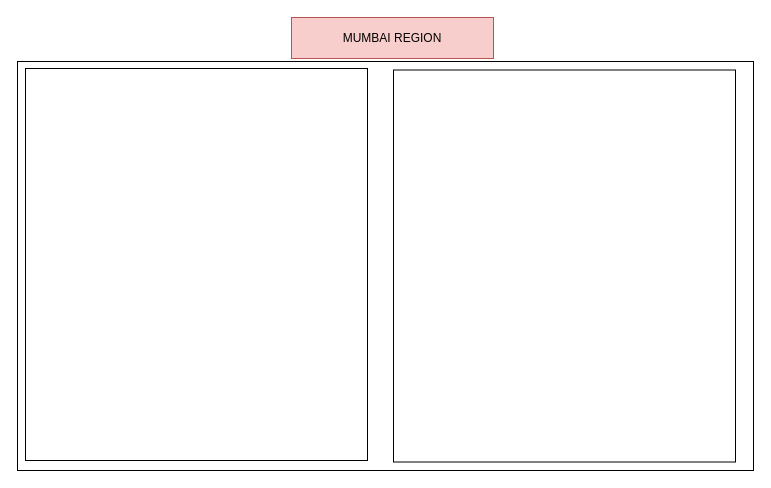
Before: Architecture.drawio in pranay573-dev/myrepo, a draw.io diagram. Source tidied: cells renumbered, new cells numbered last; positions are measured from the earlier drawing's top-left corner, leaving out a move shared by most shapes. Both pictures are drawn from the tidied source at 100%, with x=0, y=0 at pixel (17, 17).
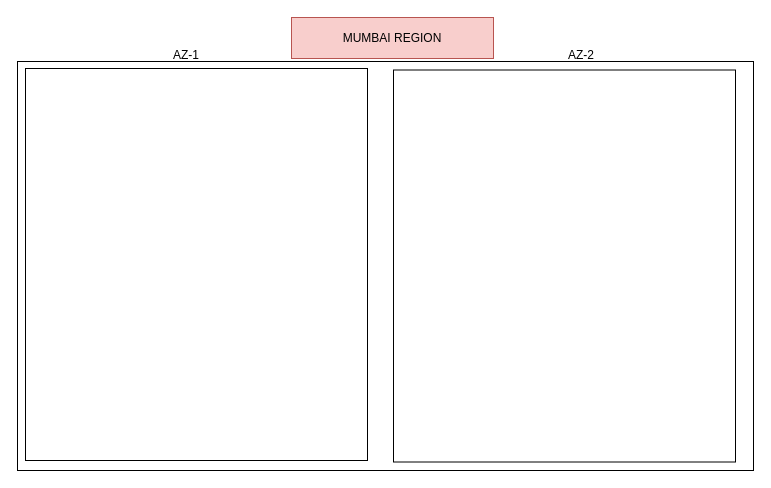
After the change.

What changed in the source:
```diff
@@
 <mxGraphModel>
   <root>
     <mxCell id="0" />
     <mxCell id="1" parent="0" />
     <mxCell id="2" style="rounded=0;whiteSpace=wrap;html=1;" parent="1" vertex="1">
       <mxGeometry y="44" width="736" height="409" as="geometry" />
     </mxCell>
     <mxCell id="3" value="MUMBAI REGION" style="text;html=1;strokeColor=#b85450;fillColor=#f8cecc;align=center;verticalAlign=middle;whiteSpace=wrap;rounded=0;" parent="1" vertex="1">
       <mxGeometry x="274" width="202" height="41" as="geometry" />
     </mxCell>
     <mxCell id="4" style="rounded=0;whiteSpace=wrap;html=1;" parent="1" vertex="1">
       <mxGeometry x="8" y="51" width="342" height="392" as="geometry" />
     </mxCell>
     <mxCell id="5" style="rounded=0;whiteSpace=wrap;html=1;" parent="1" vertex="1">
       <mxGeometry x="376" y="52.5" width="342" height="392" as="geometry" />
     </mxCell>
+    <mxCell id="6" value="AZ-1" style="text;html=1;strokeColor=none;fillColor=none;align=center;verticalAlign=middle;whiteSpace=wrap;rounded=0;" parent="1" vertex="1">
+      <mxGeometry x="149" y="28" width="40" height="20" as="geometry" />
+    </mxCell>
+    <mxCell id="7" value="AZ-2" style="text;html=1;strokeColor=none;fillColor=none;align=center;verticalAlign=middle;whiteSpace=wrap;rounded=0;" parent="1" vertex="1">
+      <mxGeometry x="544" y="28" width="40" height="20" as="geometry" />
+    </mxCell>
   </root>
 </mxGraphModel>
```
